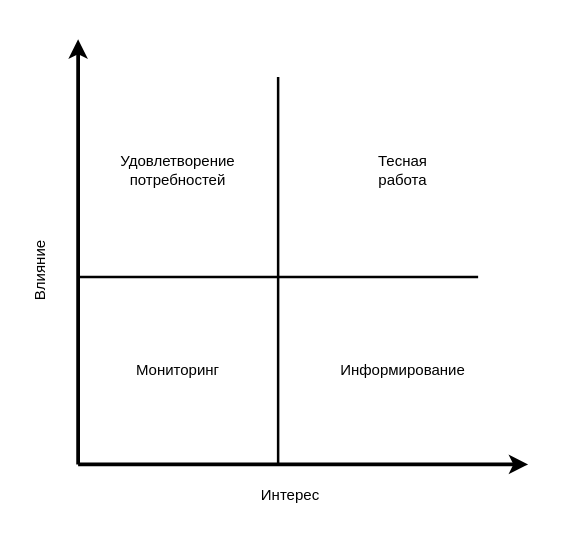
Above: Power-Interest Grid.drawio in jnzz/MCF (draw.io), before the change. Source tidied: cells renumbered, new cells numbered last; positions are measured from the earlier drawing's top-left corner, leaving out a move shared by most shapes. Both pictures are drawn from the tidied source at 125%, with x=0, y=0 at pixel (2, 39).
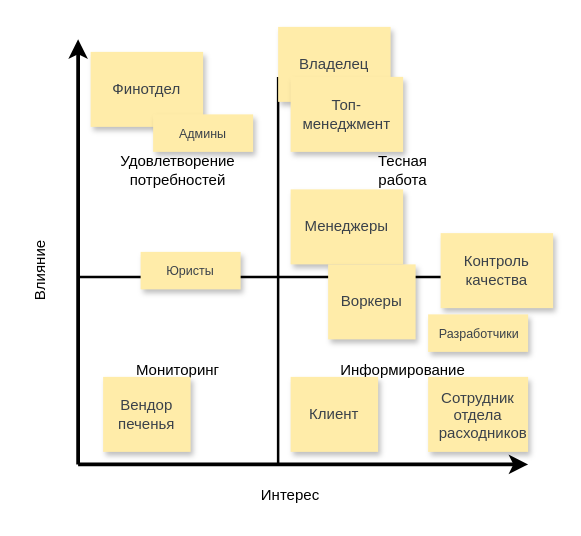
Above is the later version.

Diff of the diagram source:
```diff
@@
+    <mxCell id="12" value="Клиент" style="html=1;overflow=block;blockSpacing=1;whiteSpace=wrap;shadow=1;fontSize=12;fontColor=#3a414a;spacing=9;strokeColor=none;strokeOpacity=100;fillColor=#FFECA9;strokeWidth=0;lucidId=poOMKIs.5_XG;" parent="1" vertex="1">
+      <mxGeometry x="230" y="270" width="70" height="60" as="geometry" />
+    </mxCell>
+    <mxCell id="13" value="Сотрудник отдела расходников" style="html=1;overflow=block;blockSpacing=1;whiteSpace=wrap;shadow=1;fontSize=12;fontColor=#3a414a;spacing=9;strokeColor=none;strokeOpacity=100;fillColor=#FFECA9;strokeWidth=0;lucidId=IsOMc4fZZYhW;" parent="1" vertex="1">
+      <mxGeometry x="340" y="270" width="80" height="60" as="geometry" />
+    </mxCell>
+    <mxCell id="14" value="Контроль качества" style="html=1;overflow=block;blockSpacing=1;whiteSpace=wrap;shadow=1;fontSize=12;fontColor=#3a414a;spacing=9;strokeColor=none;strokeOpacity=100;fillColor=#FFECA9;strokeWidth=0;lucidId=poOMKIs.5_XG;" parent="1" vertex="1">
+      <mxGeometry x="350" y="155" width="90" height="60" as="geometry" />
+    </mxCell>
+    <mxCell id="15" value="Вендор печенья" style="html=1;overflow=block;blockSpacing=1;whiteSpace=wrap;shadow=1;fontSize=12;fontColor=#3a414a;spacing=9;strokeColor=none;strokeOpacity=100;fillColor=#FFECA9;strokeWidth=0;lucidId=poOMKIs.5_XG;" parent="1" vertex="1">
+      <mxGeometry x="80" y="270" width="70" height="60" as="geometry" />
+    </mxCell>
+    <mxCell id="16" value="Разработчики" style="html=1;overflow=block;blockSpacing=1;whiteSpace=wrap;shadow=1;fontSize=10;fontColor=#3a414a;spacing=9;strokeColor=none;strokeOpacity=100;fillColor=#FFECA9;strokeWidth=0;lucidId=poOMKIs.5_XG;" parent="1" vertex="1">
+      <mxGeometry x="340" y="220" width="80" height="30" as="geometry" />
+    </mxCell>
+    <mxCell id="17" value="Менеджеры" style="html=1;overflow=block;blockSpacing=1;whiteSpace=wrap;shadow=1;fontSize=12;fontColor=#3a414a;spacing=9;strokeColor=none;strokeOpacity=100;fillColor=#FFECA9;strokeWidth=0;lucidId=poOMKIs.5_XG;" parent="1" vertex="1">
+      <mxGeometry x="230" y="120" width="90" height="60" as="geometry" />
+    </mxCell>
+    <mxCell id="18" value="Владелец" style="html=1;overflow=block;blockSpacing=1;whiteSpace=wrap;shadow=1;fontSize=12;fontColor=#3a414a;spacing=9;strokeColor=none;strokeOpacity=100;fillColor=#FFECA9;strokeWidth=0;lucidId=poOMKIs.5_XG;" parent="1" vertex="1">
+      <mxGeometry x="220" y="-10" width="90" height="60" as="geometry" />
+    </mxCell>
+    <mxCell id="19" value="Воркеры" style="html=1;overflow=block;blockSpacing=1;whiteSpace=wrap;shadow=1;fontSize=12;fontColor=#3a414a;spacing=9;strokeColor=none;strokeOpacity=100;fillColor=#FFECA9;strokeWidth=0;lucidId=poOMKIs.5_XG;" parent="1" vertex="1">
+      <mxGeometry x="260" y="180" width="70" height="60" as="geometry" />
+    </mxCell>
+    <mxCell id="20" value="Финотдел" style="html=1;overflow=block;blockSpacing=1;whiteSpace=wrap;shadow=1;fontSize=12;fontColor=#3a414a;spacing=9;strokeColor=none;strokeOpacity=100;fillColor=#FFECA9;strokeWidth=0;lucidId=poOMKIs.5_XG;" parent="1" vertex="1">
+      <mxGeometry x="70" y="10" width="90" height="60" as="geometry" />
+    </mxCell>
+    <mxCell id="21" value="&lt;span&gt;Топ-менеджмент&lt;/span&gt;" style="html=1;overflow=block;blockSpacing=1;whiteSpace=wrap;shadow=1;fontSize=12;fontColor=#3a414a;spacing=9;strokeColor=none;strokeOpacity=100;fillColor=#FFECA9;strokeWidth=0;lucidId=poOMKIs.5_XG;fontStyle=0;" parent="1" vertex="1">
+      <mxGeometry x="230" y="30" width="90" height="60" as="geometry" />
+    </mxCell>
+    <mxCell id="22" value="Админы" style="html=1;overflow=block;blockSpacing=1;whiteSpace=wrap;shadow=1;fontSize=10;fontColor=#3a414a;spacing=9;strokeColor=none;strokeOpacity=100;fillColor=#FFECA9;strokeWidth=0;lucidId=poOMKIs.5_XG;" parent="1" vertex="1">
+      <mxGeometry x="120" y="60" width="80" height="30" as="geometry" />
+    </mxCell>
+    <mxCell id="23" value="Юристы" style="html=1;overflow=block;blockSpacing=1;whiteSpace=wrap;shadow=1;fontSize=10;fontColor=#3a414a;spacing=9;strokeColor=none;strokeOpacity=100;fillColor=#FFECA9;strokeWidth=0;lucidId=poOMKIs.5_XG;" parent="1" vertex="1">
+      <mxGeometry x="110" y="170" width="80" height="30" as="geometry" />
+    </mxCell>
```
